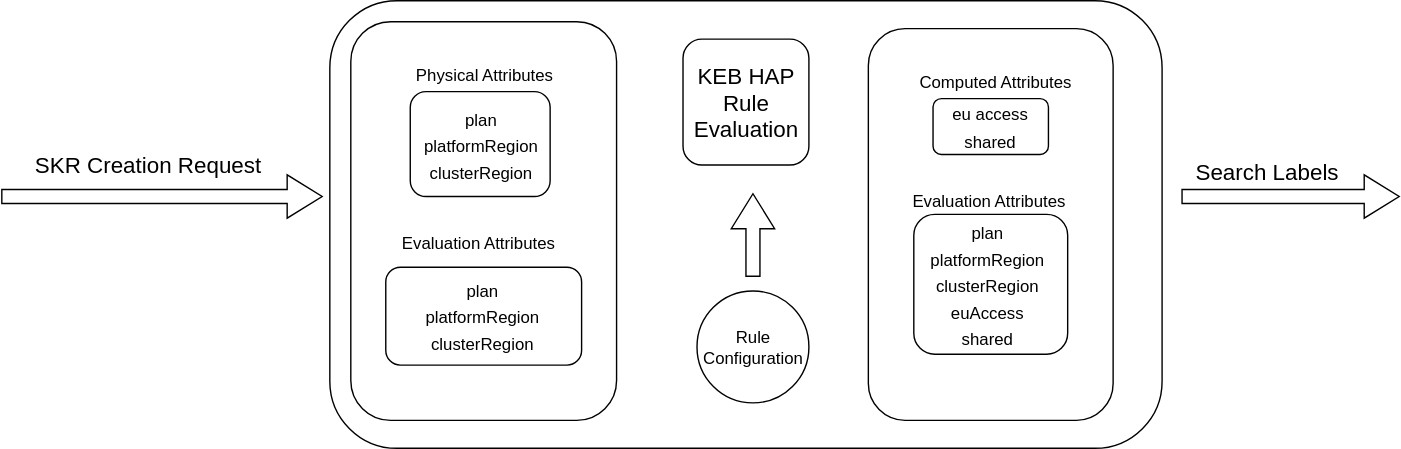
kyma-project/kyma-environment-broker keeps this draw.io diagram as docs/assets/hap-rules-general.drawio.svg. Above is the earlier version. Source tidied: cells renumbered, new cells last; positions are measured from the earlier drawing's top-left corner, leaving out a move shared by most shapes.
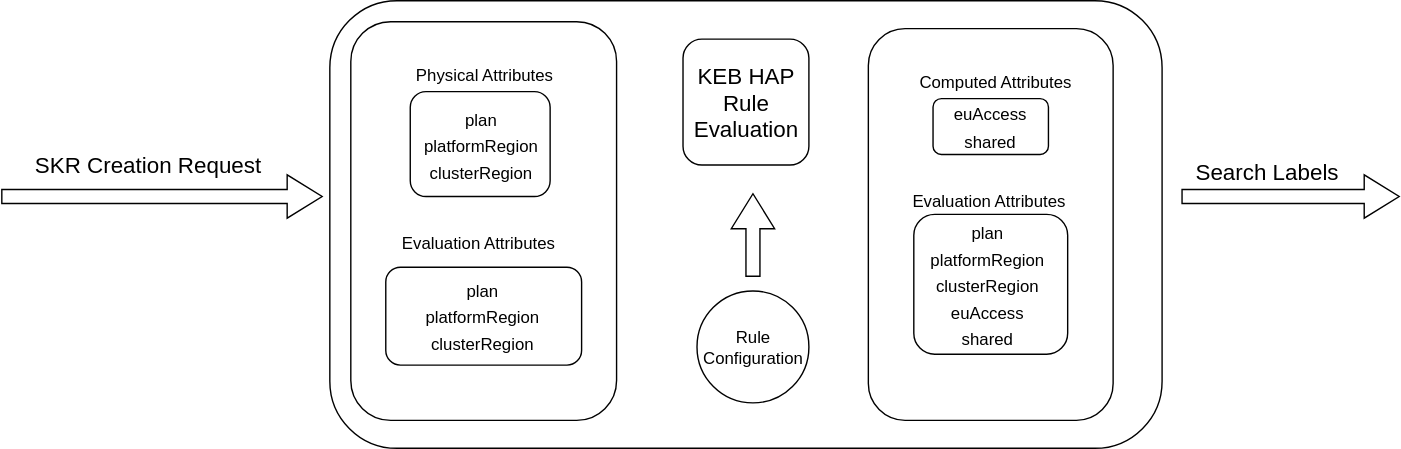
The same file after the commit.

Diff of the diagram source:
```diff
@@ -52,7 +52,7 @@
         <mxPoint x="537.5" y="137.5" as="targetPoint" />
       </mxGeometry>
     </mxCell>
-    <mxCell id="16" value="&lt;div&gt;&lt;span style=&quot;font-size: 12px; background-color: transparent; color: light-dark(rgb(0, 0, 0), rgb(255, 255, 255));&quot;&gt;eu access&lt;/span&gt;&lt;br&gt;&lt;/div&gt;&lt;div&gt;&lt;span style=&quot;font-size: 12px; background-color: transparent; color: light-dark(rgb(0, 0, 0), rgb(255, 255, 255));&quot;&gt;shared&lt;/span&gt;&lt;/div&gt;" style="text;html=1;align=center;verticalAlign=middle;strokeColor=none;fillColor=none;fontSize=16;" parent="1" vertex="1">
+    <mxCell id="16" value="&lt;div&gt;&lt;span style=&quot;font-size: 12px; background-color: transparent; color: light-dark(rgb(0, 0, 0), rgb(255, 255, 255));&quot;&gt;euAccess&lt;/span&gt;&lt;br&gt;&lt;/div&gt;&lt;div&gt;&lt;span style=&quot;font-size: 12px; background-color: transparent; color: light-dark(rgb(0, 0, 0), rgb(255, 255, 255));&quot;&gt;shared&lt;/span&gt;&lt;/div&gt;" style="text;html=1;align=center;verticalAlign=middle;strokeColor=none;fillColor=none;fontSize=16;" parent="1" vertex="1">
       <mxGeometry x="666.9" y="65" width="80" height="50" as="geometry" />
     </mxCell>
     <mxCell id="17" value="&lt;div&gt;&lt;font style=&quot;font-size: 12px;&quot;&gt;plan&lt;/font&gt;&lt;/div&gt;&lt;div&gt;&lt;font style=&quot;font-size: 12px;&quot;&gt;platformRegion&lt;/font&gt;&lt;/div&gt;&lt;div&gt;&lt;font style=&quot;font-size: 12px;&quot;&gt;clusterRegion&lt;/font&gt;&lt;/div&gt;" style="text;html=1;align=center;verticalAlign=middle;strokeColor=none;fillColor=none;fontSize=16;" parent="1" vertex="1">
```
